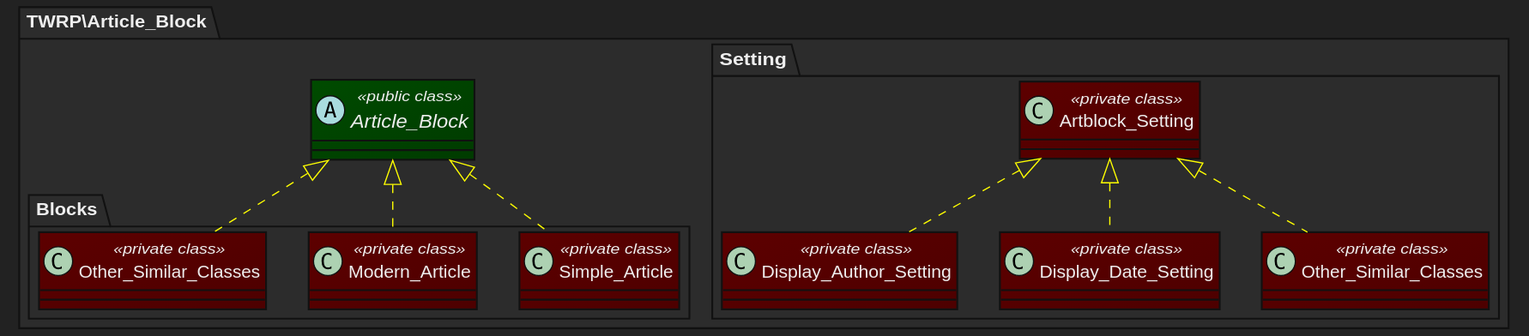
Before: puml/Article_Block.svg, a diagram exported from PlantUML (9brada6/tabs-with-posts).
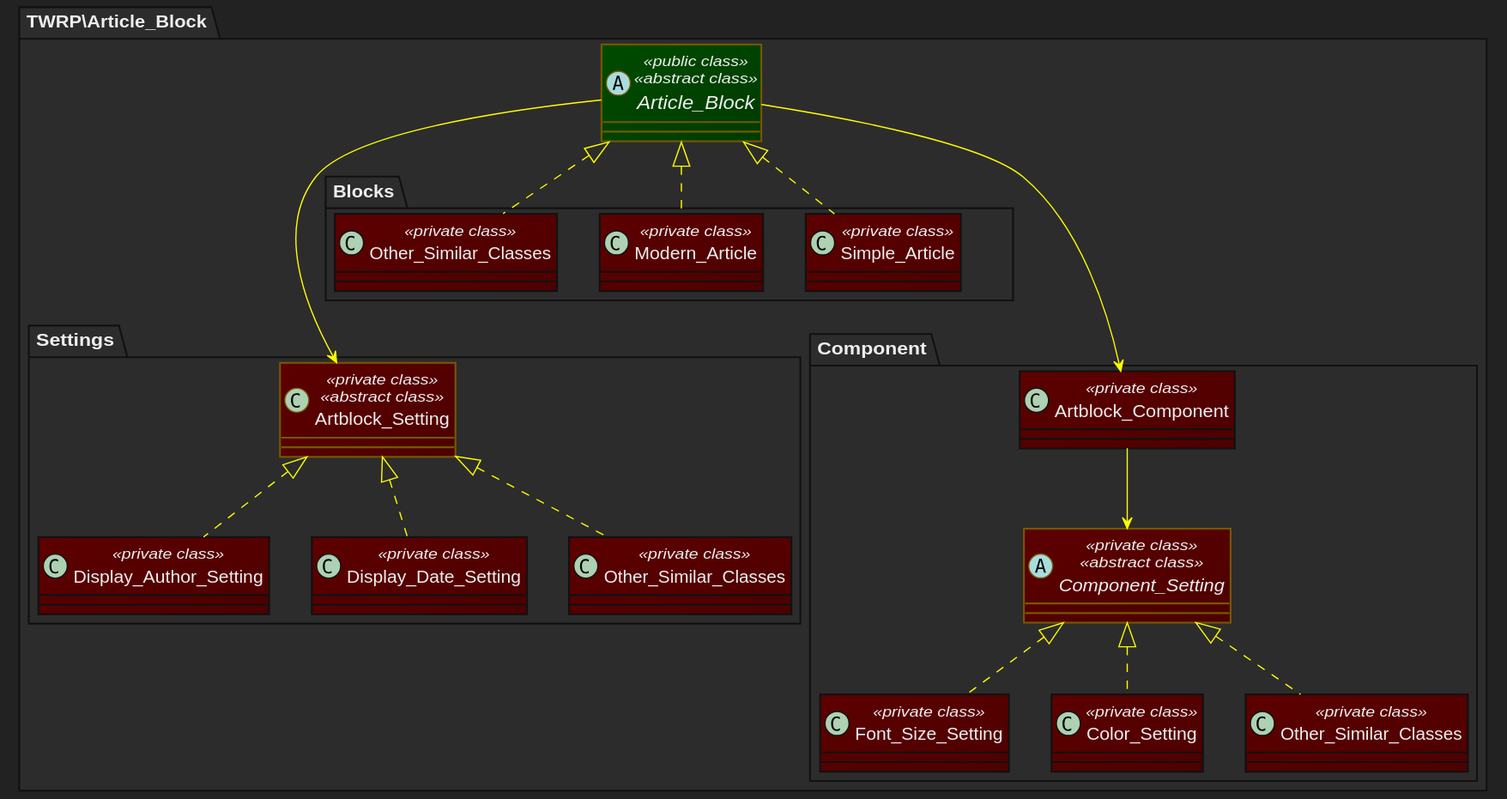
Later version of the same file.

The edit, as a diff of the source:
```diff
@@ -19,32 +19,25 @@
         PackageFontColor #eee
 
         ArrowColor yellow
-    }
 
-    skinparam circled {
-        CharacterFontColor black
-        CharacterFontSize 18
-        CharacterFontStyle plain
-        CharacterRadius 12
-    }
+        circledCharacterFontColor black
+        circledCharacterFontSize 16
+        circledCharacterFontStyle plain
+        circledCharacterRadius 10
 
+        <<public class>>classBackgroundColor #004b00/#003b00
+        <<public class>>classFontSize 16
 
-    skinparam <<public class>> {
-        classBackgroundColor #004b00/#003b00
-        classFontSize 16
-    }
+        <<private class>>classBackgroundColor #5d0000/#4d0000
 
-    skinparam <<private class>> {
-        classBackgroundColor #5d0000/#4d0000
-    }
+        <<protected class>>classBackgroundColor #d16300/#c15300
 
-    skinparam <<protected class>> {
-        classBackgroundColor #d16300/#c15300
+        <<abstract class>>classBorderColor #755800
     }
 
 
 namespace TWRP\\Article_Block {
-	abstract Article_Block <<public class>> {}
+	abstract Article_Block <<public class>> <<abstract class>> {}
 
 	namespace Blocks {
 		class Simple_Article <<private class>> implements TWRP\\Article_Block\\Article_Block {}
@@ -52,11 +45,28 @@
 		class Other_Similar_Classes <<private class>> implements TWRP\\Article_Block\\Article_Block {}
 	}
 
-	namespace Setting {
-		class Artblock_Setting <<private class>> {}
+	namespace Settings {
+		class Artblock_Setting <<private class>> <<abstract class>> {}
 		class Display_Author_Setting <<private class>> implements Artblock_Setting {}
 		class Display_Date_Setting <<private class>> implements Artblock_Setting {}
 		class Other_Similar_Classes <<private class>> implements Artblock_Setting {}
 	}
+
+	namespace Component {
+		class Artblock_Component <<private class>> {}
+
+		abstract Component_Setting <<private class>> <<abstract class>> {}
+		class Font_Size_Setting <<private class>> implements Component_Setting{}
+		class Color_Setting <<private class>> implements Component_Setting{}
+		class Other_Similar_Classes <<private class>> implements Component_Setting{}
+
+		Artblock_Component --> Component_Setting
+	}
+
+	Article_Block --> TWRP\\Article_Block\\Settings\\Artblock_Setting
+	Article_Block --> TWRP\\Article_Block\\Component\\Artblock_Component
+
+	TWRP\\Article_Block\\Blocks -[hidden]-> TWRP\\Article_Block\\Settings
+	TWRP\\Article_Block\\Blocks -[hidden]-> TWRP\\Article_Block\\Component
 }
 @enduml
```
